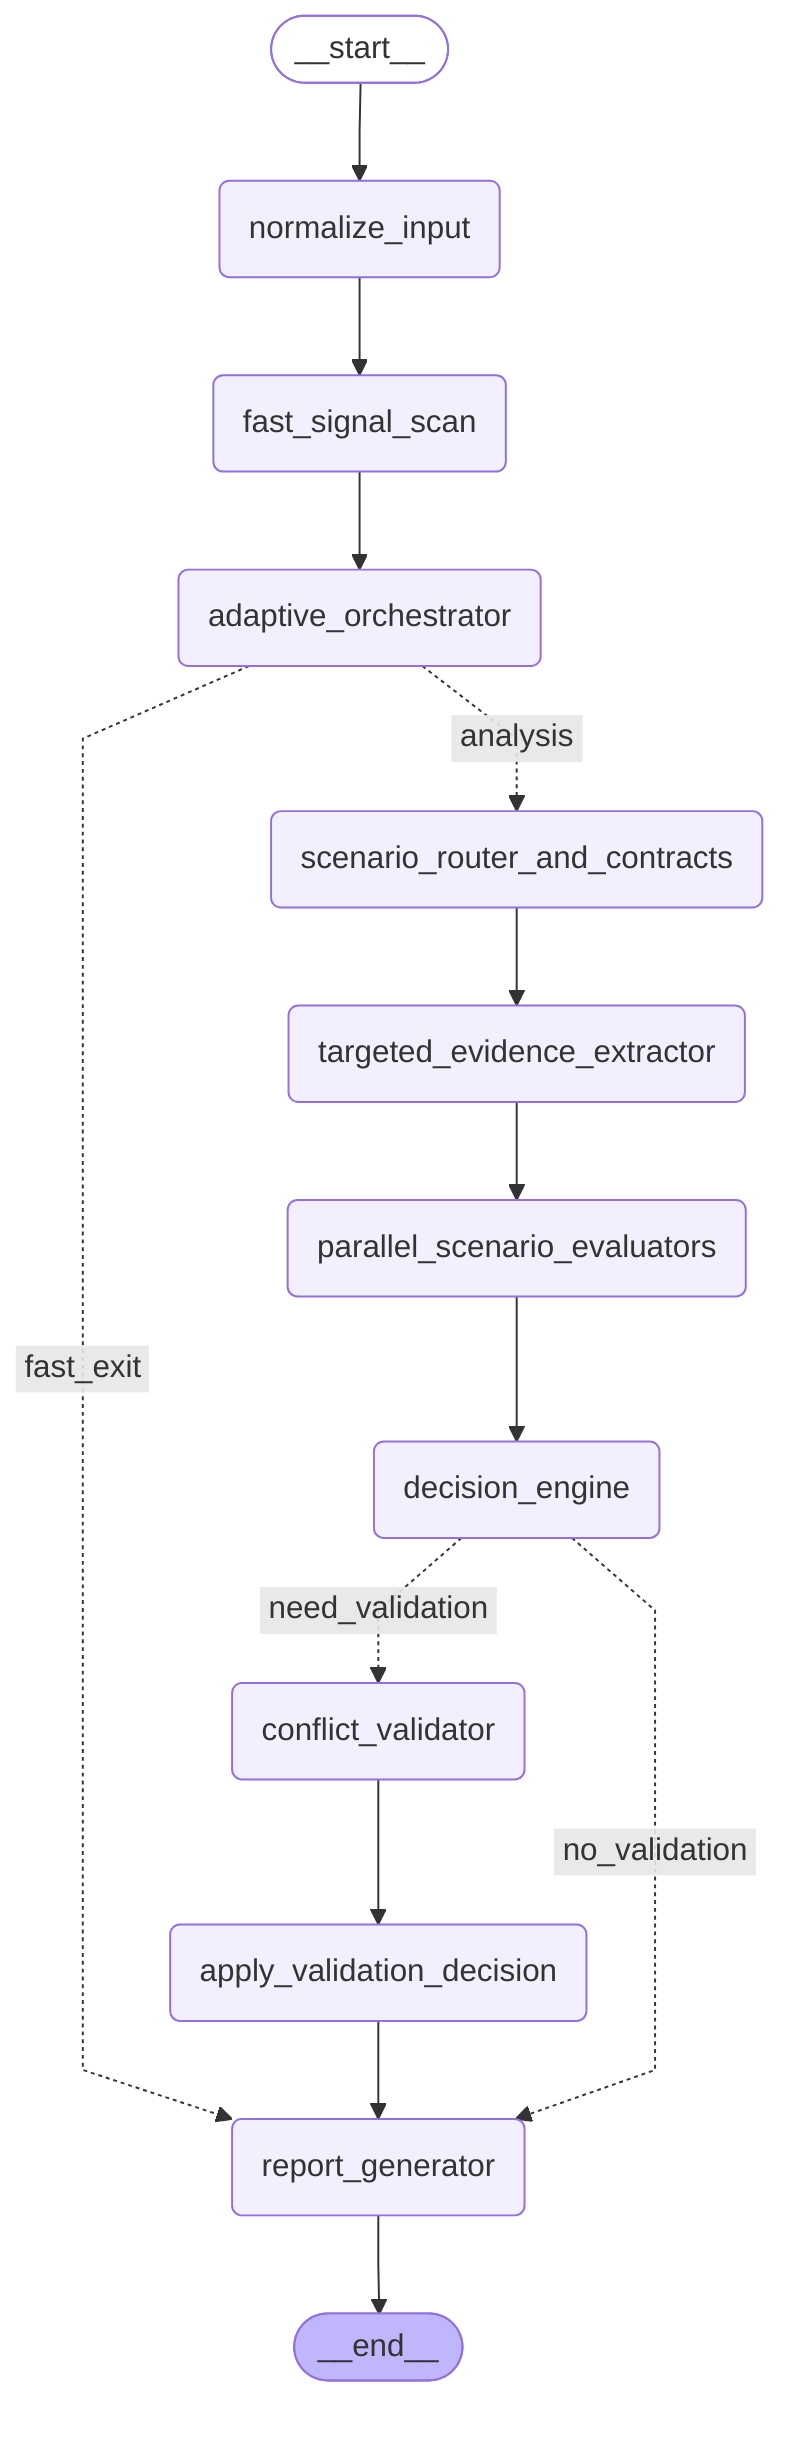
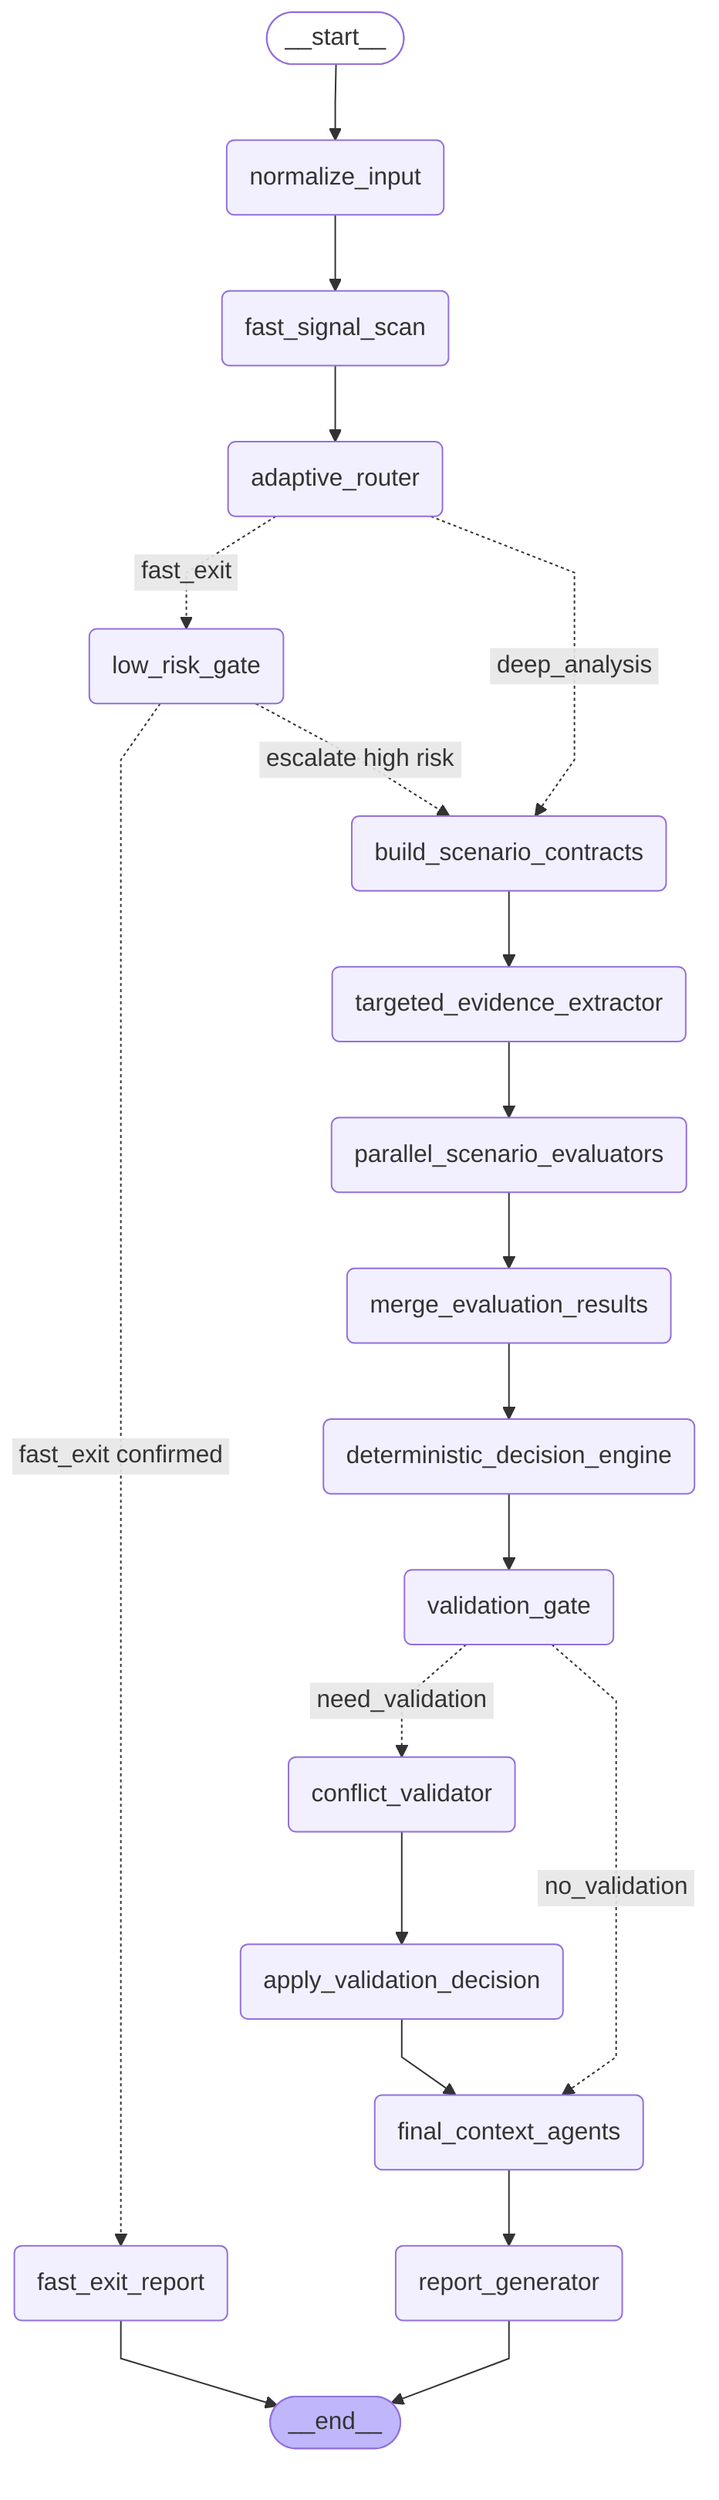
---
config:
  flowchart:
    curve: linear
---
graph TD;
	__start__([<p>__start__</p>]):::first
	normalize_input(normalize_input)
	fast_signal_scan(fast_signal_scan)
- 	adaptive_orchestrator(adaptive_orchestrator)
- 	scenario_router_and_contracts(scenario_router_and_contracts)
+ 	adaptive_router(adaptive_router)
+ 	low_risk_gate(low_risk_gate)
+ 	fast_exit_report(fast_exit_report)
+ 	build_scenario_contracts(build_scenario_contracts)
	targeted_evidence_extractor(targeted_evidence_extractor)
	parallel_scenario_evaluators(parallel_scenario_evaluators)
- 	decision_engine(decision_engine)
+ 	merge_evaluation_results(merge_evaluation_results)
+ 	deterministic_decision_engine(deterministic_decision_engine)
+ 	validation_gate(validation_gate)
	conflict_validator(conflict_validator)
	apply_validation_decision(apply_validation_decision)
+ 	final_context_agents(final_context_agents)
	report_generator(report_generator)
	__end__([<p>__end__</p>]):::last
	__start__ --> normalize_input;
- 	adaptive_orchestrator -. &nbsp;fast_exit&nbsp; .-> report_generator;
- 	adaptive_orchestrator -. &nbsp;analysis&nbsp; .-> scenario_router_and_contracts;
- 	apply_validation_decision --> report_generator;
+ 	normalize_input --> fast_signal_scan;
+ 	fast_signal_scan --> adaptive_router;
+ 	adaptive_router -. &nbsp;fast_exit&nbsp; .-> low_risk_gate;
+ 	adaptive_router -. &nbsp;deep_analysis&nbsp; .-> build_scenario_contracts;
+ 	low_risk_gate -. &nbsp;fast_exit confirmed&nbsp; .-> fast_exit_report;
+ 	low_risk_gate -. &nbsp;escalate high risk&nbsp; .-> build_scenario_contracts;
+ 	fast_exit_report --> __end__;
+ 	build_scenario_contracts --> targeted_evidence_extractor;
+ 	targeted_evidence_extractor --> parallel_scenario_evaluators;
+ 	parallel_scenario_evaluators --> merge_evaluation_results;
+ 	merge_evaluation_results --> deterministic_decision_engine;
+ 	deterministic_decision_engine --> validation_gate;
+ 	validation_gate -. &nbsp;need_validation&nbsp; .-> conflict_validator;
+ 	validation_gate -. &nbsp;no_validation&nbsp; .-> final_context_agents;
	conflict_validator --> apply_validation_decision;
- 	decision_engine -. &nbsp;need_validation&nbsp; .-> conflict_validator;
- 	decision_engine -. &nbsp;no_validation&nbsp; .-> report_generator;
- 	fast_signal_scan --> adaptive_orchestrator;
- 	normalize_input --> fast_signal_scan;
- 	parallel_scenario_evaluators --> decision_engine;
- 	scenario_router_and_contracts --> targeted_evidence_extractor;
- 	targeted_evidence_extractor --> parallel_scenario_evaluators;
+ 	apply_validation_decision --> final_context_agents;
+ 	final_context_agents --> report_generator;
	report_generator --> __end__;
	classDef default fill:#f2f0ff,line-height:1.2
	classDef first fill-opacity:0
	classDef last fill:#bfb6fc
